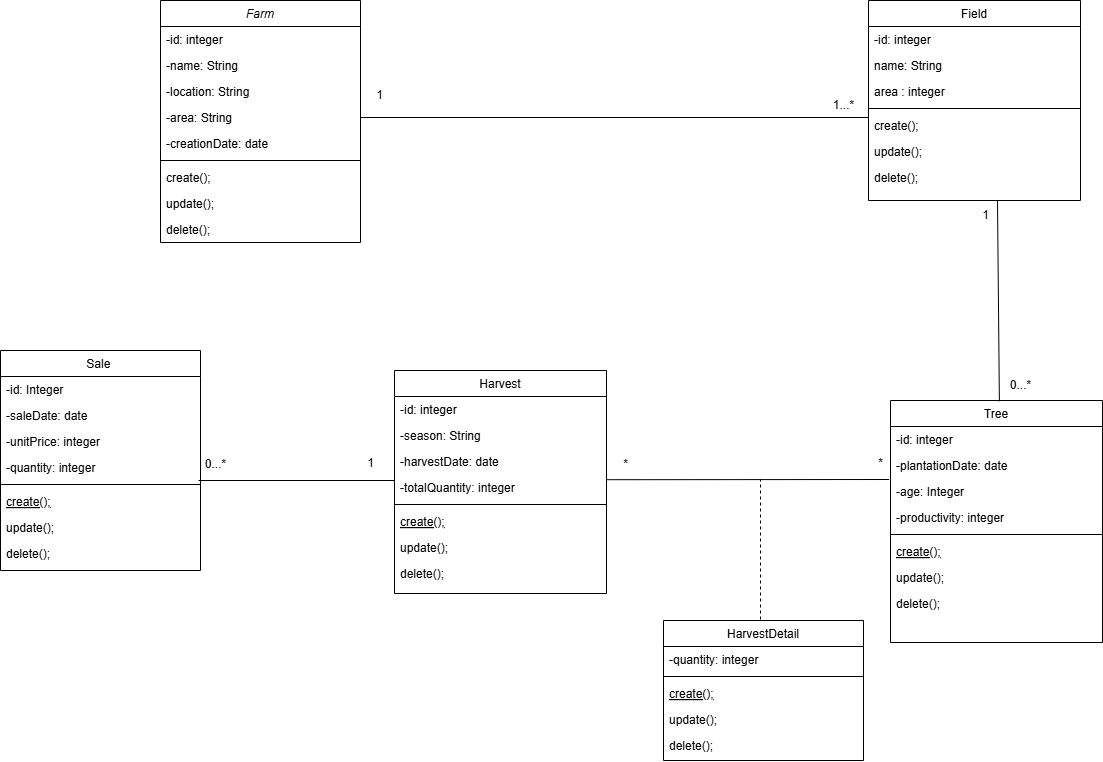
Earlier version of the draw.io export src/main/resources/static/citronix.drawio.png (sanaa-ennaji/Citronix). Source tidied: cells renumbered, new cells last; positions are measured from the earlier drawing's top-left corner, leaving out a move shared by most shapes.
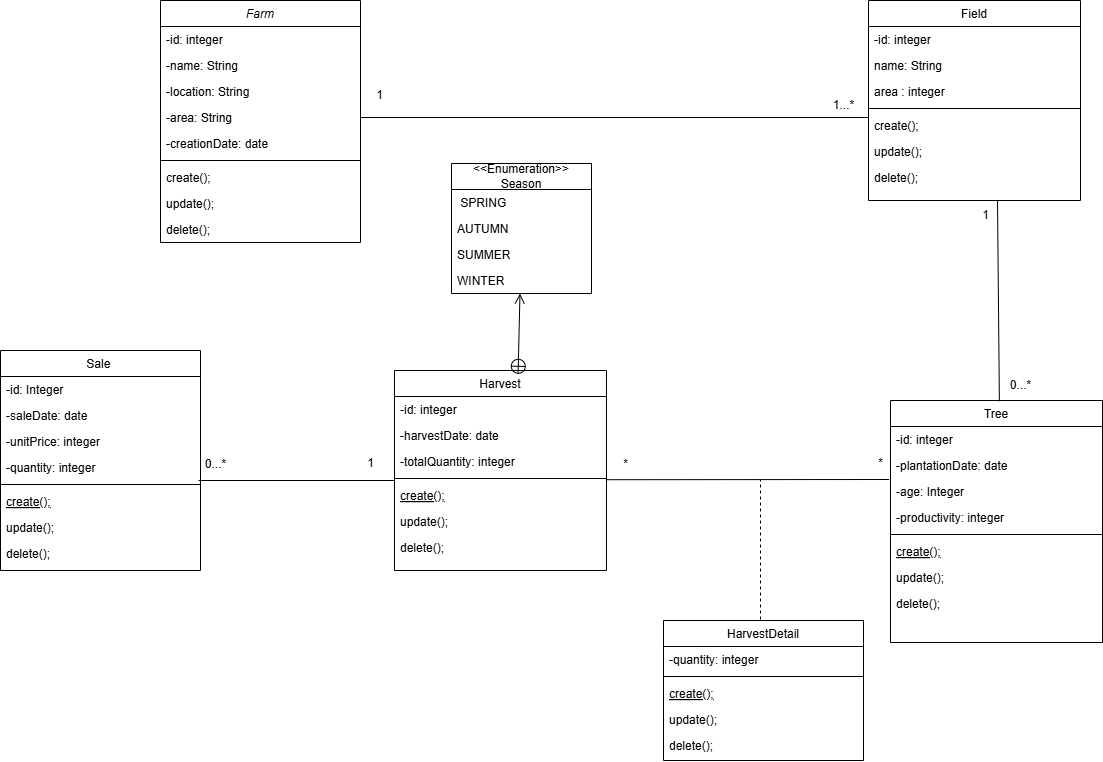
Later version of the same file.

Commit message:
update diagramme de class

Diff of the diagram source:
```diff
@@ -102,31 +102,28 @@
       <mxGeometry y="112" width="200" height="26" as="geometry" />
     </mxCell>
     <mxCell id="35" value="Harvest" style="swimlane;fontStyle=0;align=center;verticalAlign=top;horizontal=1;startSize=26;rounded=0;shadow=0;strokeWidth=1;" parent="1" vertex="1">
-      <mxGeometry x="394" y="370" width="212" height="223" as="geometry" />
+      <mxGeometry x="394" y="370" width="212" height="200" as="geometry" />
     </mxCell>
     <mxCell id="36" value="-id: integer" style="text;align=left;verticalAlign=top;spacingLeft=4;spacingRight=4;overflow=hidden;" parent="35" vertex="1">
       <mxGeometry y="26" width="212" height="26" as="geometry" />
     </mxCell>
-    <mxCell id="37" value="-season: String" style="text;align=left;verticalAlign=top;spacingLeft=4;spacingRight=4;overflow=hidden;rounded=0;shadow=0;html=0;" parent="35" vertex="1">
-      <mxGeometry y="52" width="212" height="26" as="geometry" />
-    </mxCell>
     <mxCell id="38" value="-harvestDate: date" style="text;align=left;verticalAlign=top;spacingLeft=4;spacingRight=4;overflow=hidden;rounded=0;shadow=0;html=0;" parent="35" vertex="1">
-      <mxGeometry y="78" width="212" height="26" as="geometry" />
+      <mxGeometry y="52" width="212" height="26" as="geometry" />
     </mxCell>
     <mxCell id="39" value="-totalQuantity: integer" style="text;align=left;verticalAlign=top;spacingLeft=4;spacingRight=4;overflow=hidden;rounded=0;shadow=0;html=0;" parent="35" vertex="1">
-      <mxGeometry y="104" width="212" height="26" as="geometry" />
+      <mxGeometry y="78" width="212" height="26" as="geometry" />
     </mxCell>
     <mxCell id="40" style="line;html=1;strokeWidth=1;align=left;verticalAlign=middle;spacingTop=-1;spacingLeft=3;spacingRight=3;labelPosition=right;" parent="35" vertex="1">
-      <mxGeometry y="130" width="212" height="8" as="geometry" />
+      <mxGeometry y="104" width="212" height="8" as="geometry" />
     </mxCell>
     <mxCell id="41" value="create();" style="text;align=left;verticalAlign=top;spacingLeft=4;spacingRight=4;overflow=hidden;fontStyle=4;" parent="35" vertex="1">
-      <mxGeometry y="138" width="212" height="26" as="geometry" />
+      <mxGeometry y="112" width="212" height="26" as="geometry" />
     </mxCell>
     <mxCell id="42" value="update();" style="text;align=left;verticalAlign=top;spacingLeft=4;spacingRight=4;overflow=hidden;" parent="35" vertex="1">
-      <mxGeometry y="164" width="212" height="26" as="geometry" />
+      <mxGeometry y="138" width="212" height="26" as="geometry" />
     </mxCell>
     <mxCell id="43" value="delete();" style="text;align=left;verticalAlign=top;spacingLeft=4;spacingRight=4;overflow=hidden;" parent="35" vertex="1">
-      <mxGeometry y="190" width="212" height="26" as="geometry" />
+      <mxGeometry y="164" width="212" height="26" as="geometry" />
     </mxCell>
     <mxCell id="44" value="Sale " style="swimlane;fontStyle=0;align=center;verticalAlign=top;horizontal=1;startSize=26;rounded=0;shadow=0;strokeWidth=1;" parent="1" vertex="1">
       <mxGeometry y="350" width="200" height="220" as="geometry" />
@@ -207,5 +204,23 @@
     <mxCell id="65" value="*" style="text;html=1;align=center;verticalAlign=middle;strokeColor=none;fillColor=none;" parent="1" vertex="1">
       <mxGeometry x="865" y="448" width="30" height="30" as="geometry" />
     </mxCell>
+    <mxCell id="66" style="endArrow=open;startArrow=circlePlus;endFill=0;startFill=0;endSize=8;html=1;rounded=0;exitX=0.583;exitY=0.019;exitDx=0;exitDy=0;exitPerimeter=0;" parent="1" edge="1" source="35" target="67">
+      <mxGeometry relative="1" as="geometry" />
+    </mxCell>
+    <mxCell id="67" value="&amp;lt;&amp;lt;Enumeration&amp;gt;&amp;gt;&lt;div&gt;Season&lt;/div&gt;" style="swimlane;fontStyle=0;horizontal=1;startSize=26;fillColor=none;whiteSpace=wrap;html=1;" parent="1" vertex="1">
+      <mxGeometry x="451" y="163" width="140" height="130" as="geometry" />
+    </mxCell>
+    <mxCell id="68" value="&amp;nbsp;SPRING&lt;div&gt;&lt;br&gt;&lt;/div&gt;" style="text;strokeColor=none;fillColor=none;align=left;verticalAlign=top;spacingLeft=4;spacingRight=4;overflow=hidden;whiteSpace=wrap;html=1;" parent="67" vertex="1">
+      <mxGeometry y="26" width="140" height="26" as="geometry" />
+    </mxCell>
+    <mxCell id="69" value="AUTUMN" style="text;strokeColor=none;fillColor=none;align=left;verticalAlign=top;spacingLeft=4;spacingRight=4;overflow=hidden;whiteSpace=wrap;html=1;" parent="67" vertex="1">
+      <mxGeometry y="52" width="140" height="26" as="geometry" />
+    </mxCell>
+    <mxCell id="70" value="SUMMER" style="text;strokeColor=none;fillColor=none;align=left;verticalAlign=top;spacingLeft=4;spacingRight=4;overflow=hidden;whiteSpace=wrap;html=1;" parent="67" vertex="1">
+      <mxGeometry y="78" width="140" height="26" as="geometry" />
+    </mxCell>
+    <mxCell id="71" value="WINTER" style="text;strokeColor=none;fillColor=none;align=left;verticalAlign=top;spacingLeft=4;spacingRight=4;overflow=hidden;whiteSpace=wrap;html=1;" parent="67" vertex="1">
+      <mxGeometry y="104" width="140" height="26" as="geometry" />
+    </mxCell>
   </root>
 </mxGraphModel>
```
